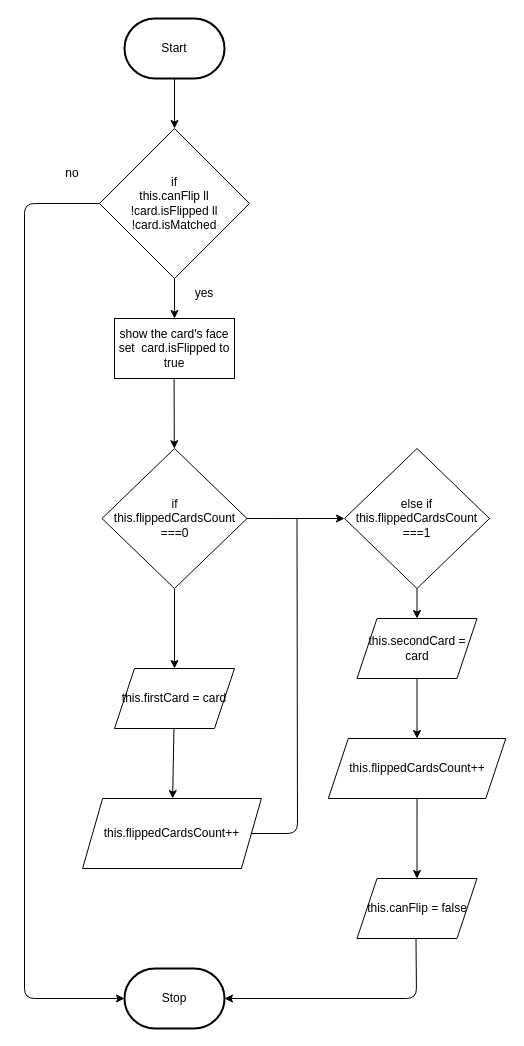
Before: design/matchflowchart.drawio in MTHS-ICD2O-1-2024/ICD2O-Final-Project-lynn.lukose, a draw.io diagram. Source tidied: cells renumbered, new cells numbered last; positions are measured from the earlier drawing's top-left corner, leaving out a move shared by most shapes. Both pictures are drawn from the tidied source at 100%, with x=0, y=0 at pixel (24, 18).
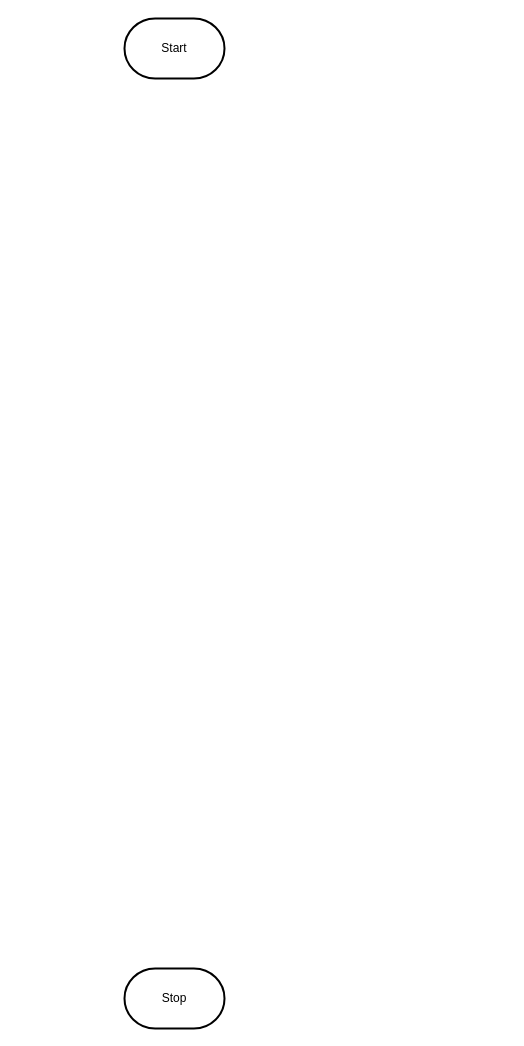
Above is the later version.

The change refers to these unchanged cells:
```xml
<mxCell id="3" value="Start" style="strokeWidth=2;html=1;shape=mxgraph.flowchart.terminator;whiteSpace=wrap;" parent="1" vertex="1">
  <mxGeometry x="100" width="100" height="60" as="geometry" />
</mxCell>
<mxCell id="4" value="Stop" style="strokeWidth=2;html=1;shape=mxgraph.flowchart.terminator;whiteSpace=wrap;" parent="1" vertex="1">
  <mxGeometry x="100" y="950" width="100" height="60" as="geometry" />
</mxCell>
```

Change to the diagram source:
```diff
@@
-    <mxCell id="2" style="edgeStyle=none;html=1;" parent="1" edge="1" source="3" target="6">
-      <mxGeometry relative="1" as="geometry" />
-    </mxCell>
@@
-    <mxCell id="5" style="edgeStyle=none;html=1;" parent="1" edge="1" source="6">
-      <mxGeometry relative="1" as="geometry">
-        <mxPoint x="150" y="300" as="targetPoint" />
-      </mxGeometry>
-    </mxCell>
-    <mxCell id="6" value="if&lt;div&gt;this.canFlip ll !card.isFlipped ll !card.isMatched&lt;/div&gt;" style="rhombus;whiteSpace=wrap;html=1;" parent="1" vertex="1">
-      <mxGeometry x="75" y="110" width="150" height="150" as="geometry" />
-    </mxCell>
-    <mxCell id="7" style="edgeStyle=none;html=1;" parent="1" edge="1" target="12">
-      <mxGeometry relative="1" as="geometry">
-        <mxPoint x="149.6" y="360" as="sourcePoint" />
-      </mxGeometry>
-    </mxCell>
-    <mxCell id="8" style="edgeStyle=none;html=1;" parent="1" edge="1" source="9" target="18">
-      <mxGeometry relative="1" as="geometry" />
-    </mxCell>
-    <mxCell id="9" value="else if&lt;div&gt;this.flippedCardsCount ===1&lt;/div&gt;" style="rhombus;whiteSpace=wrap;html=1;" parent="1" vertex="1">
-      <mxGeometry x="320" y="430" width="145" height="140" as="geometry" />
-    </mxCell>
-    <mxCell id="10" style="edgeStyle=none;html=1;entryX=0;entryY=0.5;entryDx=0;entryDy=0;exitX=1;exitY=0.5;exitDx=0;exitDy=0;" parent="1" edge="1" source="12" target="9">
-      <mxGeometry relative="1" as="geometry">
-        <Array as="points">
-          <mxPoint x="260" y="500" />
-        </Array>
-      </mxGeometry>
-    </mxCell>
-    <mxCell id="11" style="edgeStyle=none;html=1;" parent="1" edge="1" source="12" target="16">
-      <mxGeometry relative="1" as="geometry" />
-    </mxCell>
-    <mxCell id="12" value="if&lt;div&gt;this.flippedCardsCount ===0&lt;/div&gt;" style="rhombus;whiteSpace=wrap;html=1;" parent="1" vertex="1">
-      <mxGeometry x="77.5" y="430" width="145" height="140" as="geometry" />
-    </mxCell>
-    <mxCell id="13" value="show the card's face&lt;div&gt;set&amp;nbsp; card.isFlipped to true&lt;/div&gt;" style="rounded=0;whiteSpace=wrap;html=1;" parent="1" vertex="1">
-      <mxGeometry x="90" y="300" width="120" height="60" as="geometry" />
-    </mxCell>
-    <mxCell id="14" value="this.flippedCardsCount++" style="shape=parallelogram;perimeter=parallelogramPerimeter;whiteSpace=wrap;html=1;fixedSize=1;" parent="1" vertex="1">
-      <mxGeometry x="58.1" y="780" width="178.8" height="70" as="geometry" />
-    </mxCell>
-    <mxCell id="15" style="edgeStyle=none;html=1;" parent="1" edge="1" source="16" target="14">
-      <mxGeometry relative="1" as="geometry" />
-    </mxCell>
-    <mxCell id="16" value="this.firstCard = card" style="shape=parallelogram;perimeter=parallelogramPerimeter;whiteSpace=wrap;html=1;fixedSize=1;" parent="1" vertex="1">
-      <mxGeometry x="90" y="650" width="120" height="60" as="geometry" />
-    </mxCell>
-    <mxCell id="17" style="edgeStyle=none;html=1;" parent="1" edge="1" source="18" target="20">
-      <mxGeometry relative="1" as="geometry" />
-    </mxCell>
-    <mxCell id="18" value="&lt;span style=&quot;color: rgb(0, 0, 0);&quot;&gt;this.secondCard = card&lt;/span&gt;" style="shape=parallelogram;perimeter=parallelogramPerimeter;whiteSpace=wrap;html=1;fixedSize=1;" parent="1" vertex="1">
-      <mxGeometry x="332.5" y="600" width="120" height="60" as="geometry" />
-    </mxCell>
-    <mxCell id="19" style="edgeStyle=none;html=1;" parent="1" edge="1" source="20" target="21">
-      <mxGeometry relative="1" as="geometry" />
-    </mxCell>
-    <mxCell id="20" value="&lt;span style=&quot;color: rgb(0, 0, 0);&quot;&gt;this.flippedCardsCount++&lt;/span&gt;" style="shape=parallelogram;perimeter=parallelogramPerimeter;whiteSpace=wrap;html=1;fixedSize=1;" parent="1" vertex="1">
-      <mxGeometry x="303.8" y="720" width="177.5" height="60" as="geometry" />
-    </mxCell>
-    <mxCell id="21" value="this.canFlip = false" style="shape=parallelogram;perimeter=parallelogramPerimeter;whiteSpace=wrap;html=1;fixedSize=1;" parent="1" vertex="1">
-      <mxGeometry x="332.5" y="860" width="120" height="60" as="geometry" />
-    </mxCell>
-    <mxCell id="22" value="yes" style="text;html=1;align=center;verticalAlign=middle;whiteSpace=wrap;rounded=0;" parent="1" vertex="1">
-      <mxGeometry x="150" y="260" width="60" height="30" as="geometry" />
-    </mxCell>
-    <mxCell id="23" style="endArrow=classic;html=1;exitX=0.5;exitY=1;exitDx=0;exitDy=0;entryX=1;entryY=0.5;entryDx=0;entryDy=0;entryPerimeter=0;" parent="1" edge="1" target="4">
-      <mxGeometry relative="1" as="geometry">
-        <mxPoint x="391.5" y="920" as="sourcePoint" />
-        <Array as="points">
-          <mxPoint x="392" y="980" />
-        </Array>
-      </mxGeometry>
-    </mxCell>
-    <mxCell id="24" style="endArrow=classic;html=1;exitX=0;exitY=0.5;exitDx=0;exitDy=0;entryX=0;entryY=0.5;entryDx=0;entryDy=0;entryPerimeter=0;" parent="1" edge="1" source="6" target="4">
-      <mxGeometry relative="1" as="geometry">
-        <Array as="points">
-          <mxPoint y="185" />
-          <mxPoint y="980" />
-        </Array>
-      </mxGeometry>
-    </mxCell>
-    <mxCell id="25" value="no" style="text;html=1;align=center;verticalAlign=middle;whiteSpace=wrap;rounded=0;" parent="1" vertex="1">
-      <mxGeometry x="17.5" y="140" width="60" height="30" as="geometry" />
-    </mxCell>
-    <mxCell id="26" style="endArrow=none;html=1;exitX=1;exitY=0.5;exitDx=0;exitDy=0;" parent="1" edge="1" source="14">
-      <mxGeometry relative="1" as="geometry">
-        <mxPoint x="272.5" y="500" as="targetPoint" />
-        <Array as="points">
-          <mxPoint x="273" y="815" />
-        </Array>
-      </mxGeometry>
-    </mxCell>
```
